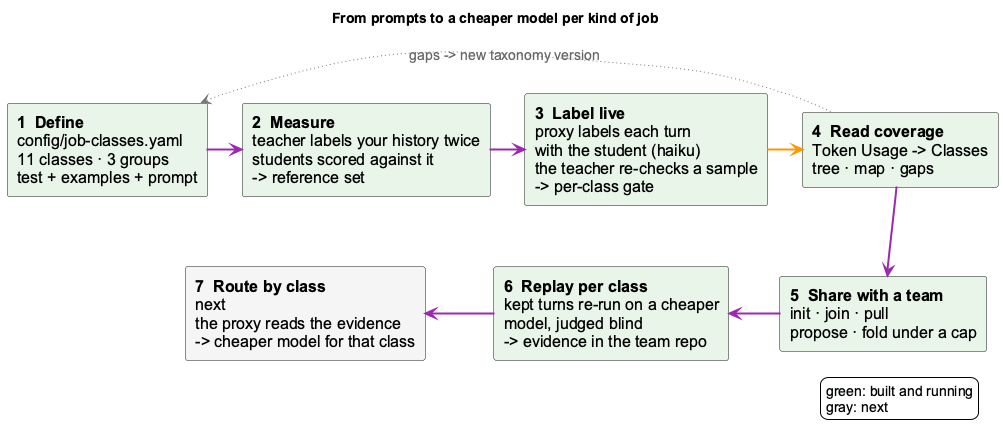
Earlier version of the PlantUML export docs-content/images/job-class-lifecycle.png (fwornle/coding).
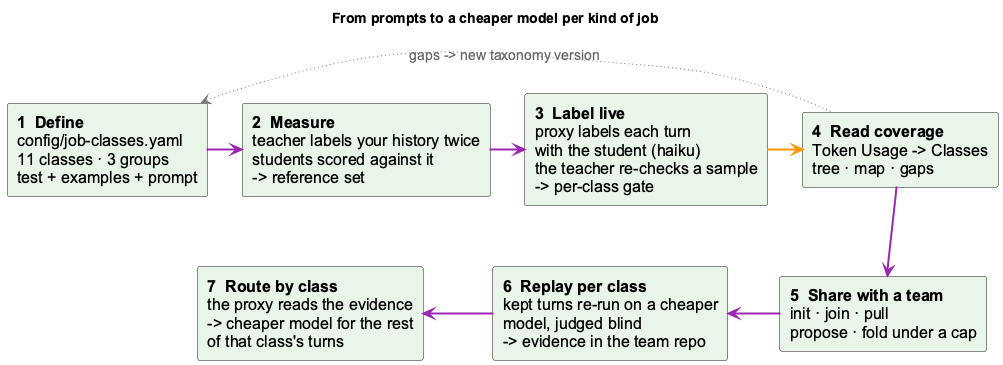
The same diagram one commit later.

Commit message:
docs(job-classes): routing by class is built — the proxy's class floor

The edit, as a diff of the source:
```diff
@@ -14,7 +14,7 @@
 component "**4  Read coverage**\nToken Usage -> Classes\ntree · map · gaps" as read <<core>>
 component "**5  Share with a team**\ninit · join · pull\npropose · fold under a cap" as share <<core>>
 component "**6  Replay per class**\nkept turns re-run on a cheaper\nmodel, judged blind\n-> evidence in the team repo" as trial <<core>>
-component "**7  Route by class**\nnext\nthe proxy reads the evidence\n-> cheaper model for that class" as route <<external>>
+component "**7  Route by class**\nthe proxy reads the evidence\n-> cheaper model for the rest\nof that class's turns" as route <<core>>
 
 define -[#9C27B0,thickness=2]right-> measure
 measure -[#9C27B0,thickness=2]right-> live
@@ -25,8 +25,4 @@
 define -[hidden]down- route
 read -[#757575,thickness=1,dotted,norank]-> define : gaps -> new taxonomy version
 
-legend right
-  green: built and running
-  gray: next
-endlegend
 @enduml
```
